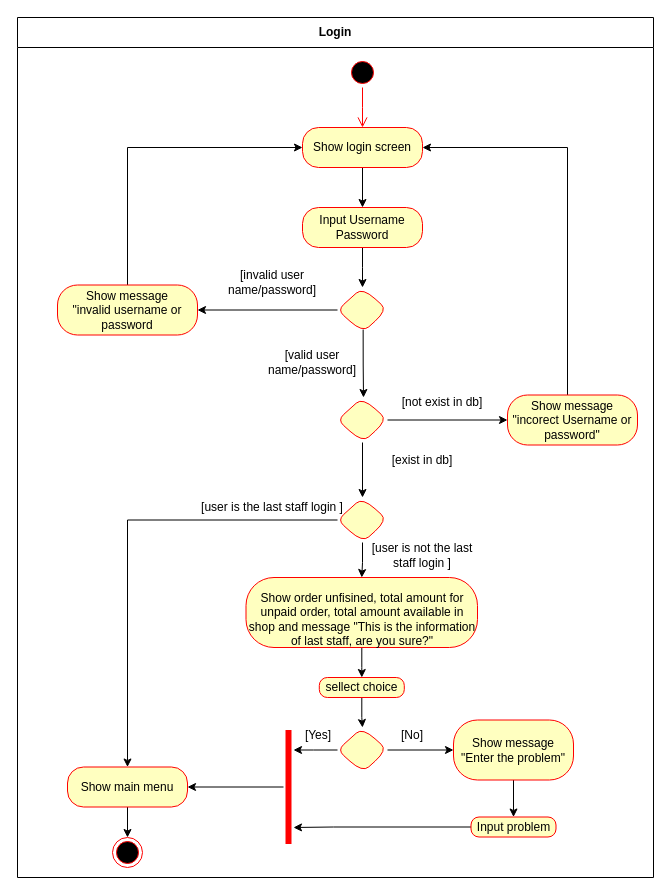
Above: page "Login" (1 of 11) of Diagram/Activity_Diagram/Activity-diagram.drawio in NDuc-Dev/Project-1 (draw.io), before the change. Source tidied: cells renumbered, new cells numbered last; positions are measured from the earlier drawing's top-left corner, leaving out a move shared by most shapes. Both pictures are drawn from the tidied source at 100%, with x=0, y=0 at pixel (17, 17).
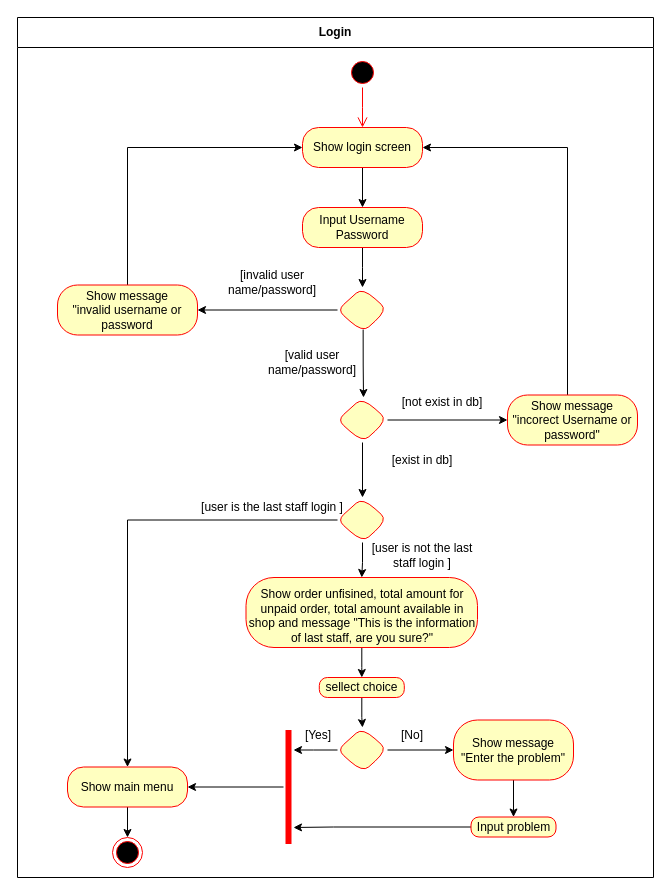
The same page after the edit.

Unchanged cells that the change refers to:
```xml
<mxCell id="2" value="Login" style="swimlane;fontStyle=1;align=center;horizontal=1;startSize=30;html=1;whiteSpace=wrap;swimlaneFillColor=default;" parent="1" vertex="1">
  <mxGeometry width="636" height="860" as="geometry" />
</mxCell>
```

Diff of the diagram source:
```diff
@@
-    <mxCell id="32" value="&lt;br&gt;Show order unfisined, total amount for unpaid order, total amount available in shop and message &quot;This is the information of last staff, are you sure?&quot;" style="whiteSpace=wrap;html=1;fillColor=#ffffc0;strokeColor=#ff0000;fontColor=#000000;rounded=1;arcSize=40;" parent="2" vertex="1">
+    <mxCell id="32" value="Show order unfisined, total amount for unpaid order, total amount available in shop and message &quot;This is the information of last staff, are you sure?&quot;" style="whiteSpace=wrap;html=1;fillColor=#ffffc0;strokeColor=#ff0000;fontColor=#000000;rounded=1;arcSize=40;verticalAlign=bottom;horizontal=1;fontSize=12;labelBackgroundColor=none;labelBorderColor=none;" parent="2" vertex="1">
       <mxGeometry x="228.5" y="560" width="231.5" height="70" as="geometry" />
     </mxCell>
```
